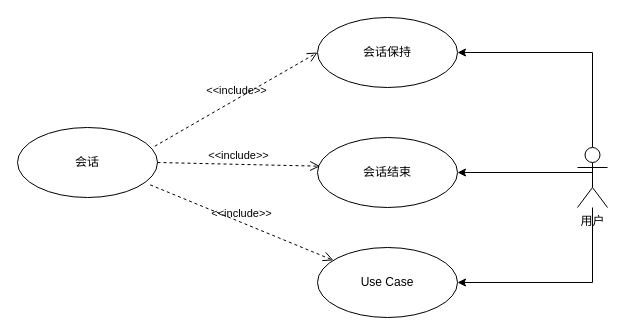
Earlier version of the draw.io diagram IP-3379 在线人工客服会话C端增加结束保持会话操作.drawio (hack0303/draw.io-store). Source tidied: cells renumbered, new cells numbered last; positions are measured from the earlier drawing's top-left corner, leaving out a move shared by most shapes. Both pictures are drawn from the tidied source at 100%, with x=0, y=0 at pixel (17, 17).
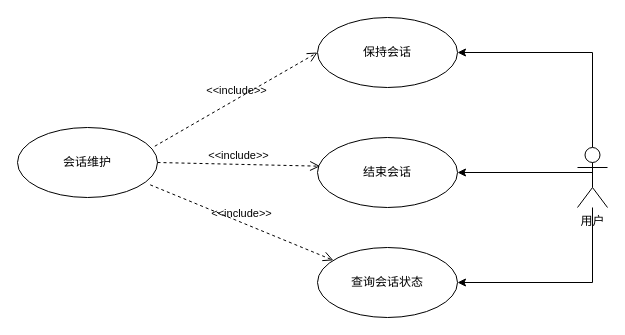
Above is the later version.

Commit message (it also covers changes not shown here):
更新IP-3379 在线人工客服会话C端增加结束保持会话操作.drawio

Diff of the diagram source:
```diff
@@
 <mxGraphModel>
   <root>
     <mxCell id="0" />
     <mxCell id="1" parent="0" />
-    <mxCell id="2" value="会话" style="ellipse;whiteSpace=wrap;html=1;" parent="1" vertex="1">
+    <mxCell id="2" value="会话维护" style="ellipse;whiteSpace=wrap;html=1;" parent="1" vertex="1">
       <mxGeometry y="110" width="140" height="70" as="geometry" />
     </mxCell>
     <mxCell id="3" style="edgeStyle=orthogonalEdgeStyle;rounded=0;jettySize=auto;html=1;exitX=0.5;exitY=0;exitDx=0;exitDy=0;exitPerimeter=0;" parent="1" edge="1" source="6" target="7">
       <mxGeometry relative="1" as="geometry">
         <Array as="points">
           <mxPoint x="575" y="35" />
         </Array>
       </mxGeometry>
     </mxCell>
     <mxCell id="4" style="edgeStyle=orthogonalEdgeStyle;rounded=0;jettySize=auto;html=1;exitX=0.5;exitY=0.5;exitDx=0;exitDy=0;exitPerimeter=0;entryX=1;entryY=0.5;entryDx=0;entryDy=0;" parent="1" edge="1" source="6" target="8">
       <mxGeometry relative="1" as="geometry">
         <Array as="points">
           <mxPoint x="575" y="155" />
         </Array>
       </mxGeometry>
     </mxCell>
     <mxCell id="5" style="edgeStyle=orthogonalEdgeStyle;rounded=0;jettySize=auto;html=1;" parent="1" edge="1" source="6" target="9">
       <mxGeometry relative="1" as="geometry">
         <Array as="points">
           <mxPoint x="575" y="265" />
         </Array>
       </mxGeometry>
     </mxCell>
     <mxCell id="6" value="用户" style="shape=umlActor;verticalLabelPosition=bottom;verticalAlign=top;html=1;" parent="1" vertex="1">
       <mxGeometry x="560" y="130" width="30" height="60" as="geometry" />
     </mxCell>
-    <mxCell id="7" value="会话保持" style="ellipse;whiteSpace=wrap;html=1;" parent="1" vertex="1">
+    <mxCell id="7" value="保持会话" style="ellipse;whiteSpace=wrap;html=1;" parent="1" vertex="1">
       <mxGeometry x="300" width="140" height="70" as="geometry" />
     </mxCell>
-    <mxCell id="8" value="会话结束" style="ellipse;whiteSpace=wrap;html=1;" parent="1" vertex="1">
+    <mxCell id="8" value="结束会话" style="ellipse;whiteSpace=wrap;html=1;" parent="1" vertex="1">
       <mxGeometry x="300" y="120" width="140" height="70" as="geometry" />
     </mxCell>
-    <mxCell id="9" value="Use Case" style="ellipse;whiteSpace=wrap;html=1;" parent="1" vertex="1">
+    <mxCell id="9" value="查询会话状态" style="ellipse;whiteSpace=wrap;html=1;" parent="1" vertex="1">
       <mxGeometry x="300" y="230" width="140" height="70" as="geometry" />
     </mxCell>
     <mxCell id="10" value="&amp;lt;&amp;lt;include&amp;gt;&amp;gt;" style="endArrow=open;startArrow=none;endFill=0;startFill=0;endSize=8;html=1;verticalAlign=bottom;dashed=1;labelBackgroundColor=none;rounded=0;entryX=0;entryY=0.5;entryDx=0;entryDy=0;exitX=0.981;exitY=0.267;exitDx=0;exitDy=0;exitPerimeter=0;" parent="1" edge="1" source="2" target="7">
       <mxGeometry relative="1" as="geometry" />
     </mxCell>
     <mxCell id="11" value="&amp;lt;&amp;lt;include&amp;gt;&amp;gt;" style="endArrow=open;startArrow=none;endFill=0;startFill=0;endSize=8;html=1;verticalAlign=bottom;dashed=1;labelBackgroundColor=none;rounded=0;exitX=1;exitY=0.5;exitDx=0;exitDy=0;entryX=0.019;entryY=0.41;entryDx=0;entryDy=0;entryPerimeter=0;" parent="1" edge="1" source="2" target="8">
       <mxGeometry relative="1" as="geometry" />
     </mxCell>
     <mxCell id="12" value="&amp;lt;&amp;lt;include&amp;gt;&amp;gt;" style="endArrow=open;startArrow=none;endFill=0;startFill=0;endSize=8;html=1;verticalAlign=bottom;dashed=1;labelBackgroundColor=none;rounded=0;exitX=0.948;exitY=0.819;exitDx=0;exitDy=0;exitPerimeter=0;" parent="1" edge="1" source="2" target="9">
       <mxGeometry relative="1" as="geometry" />
     </mxCell>
   </root>
 </mxGraphModel>
```
